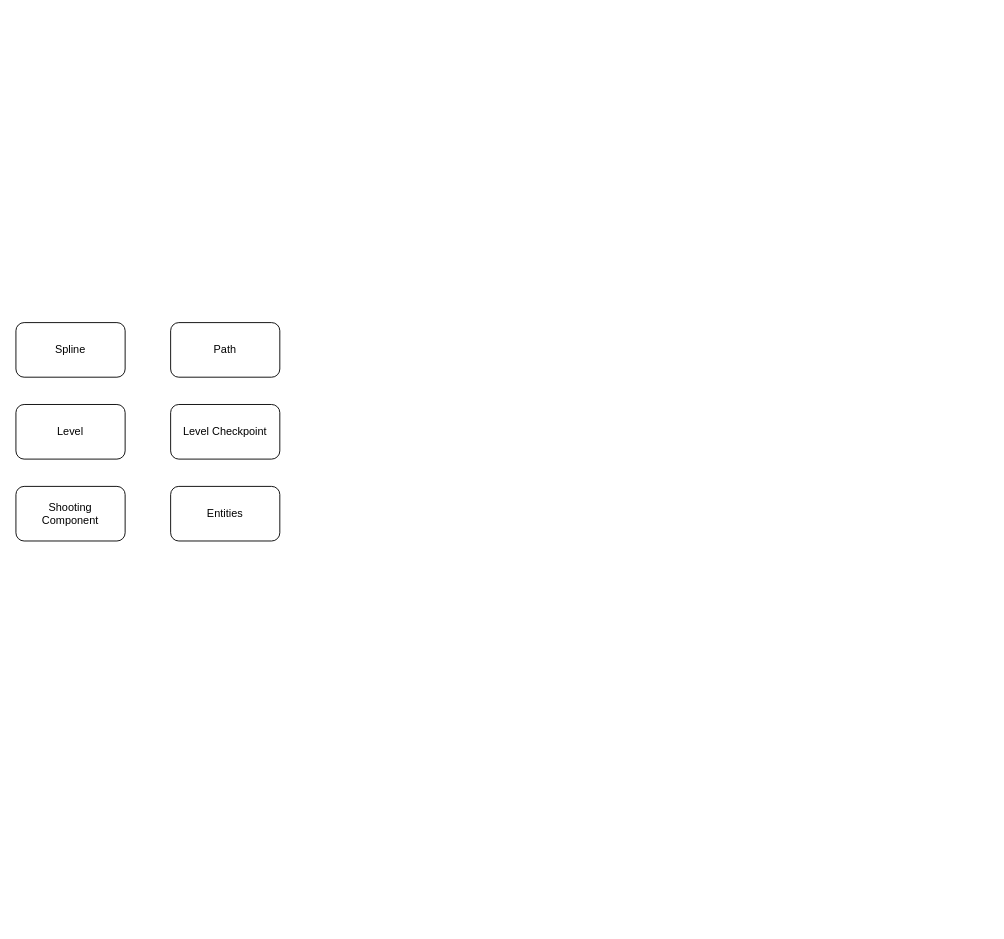
Earlier version of the draw.io diagram Docs/time-crisis-uml.drawio (epoHless/time-crisis-remake). Source tidied: cells renumbered, new cells numbered last; positions are measured from the earlier drawing's top-left corner, leaving out a move shared by most shapes. Both pictures are drawn from the tidied source at 91%, with x=0, y=0 at pixel (15, 322).
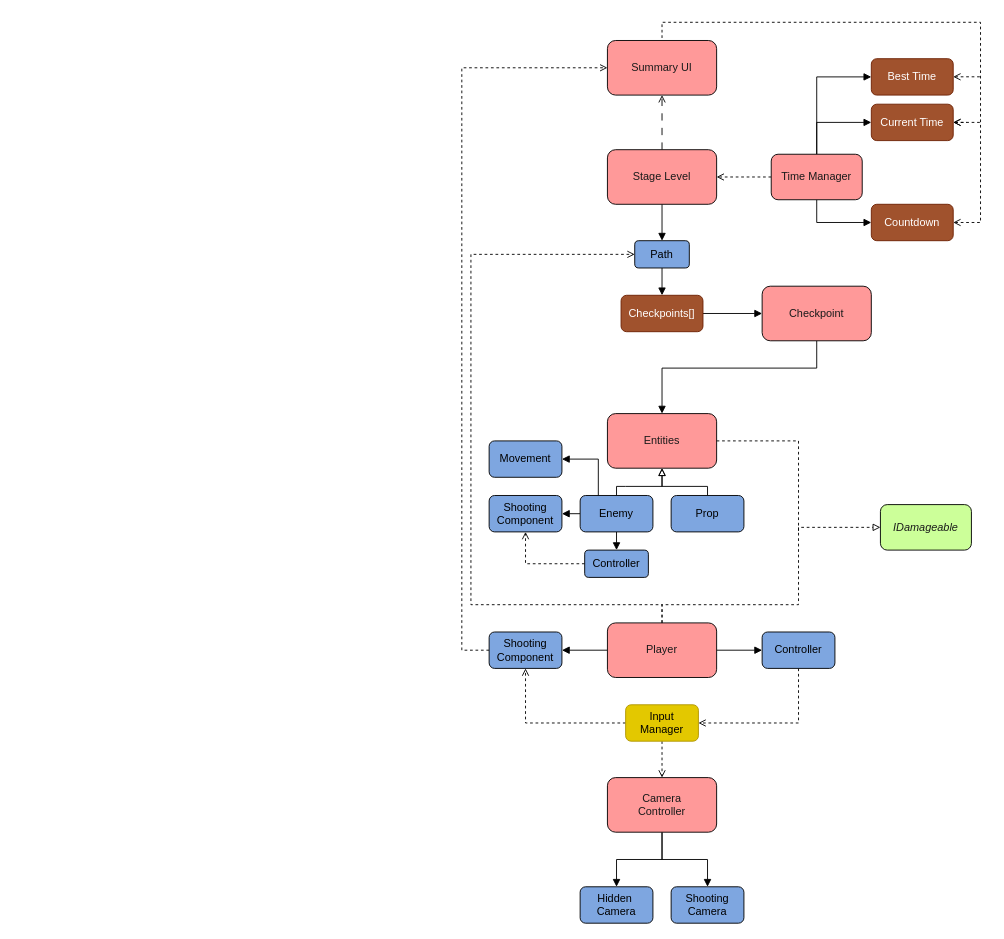
Above is the later version.

The edit, as a diff of the source:
```diff
@@
-    <mxCell id="2" value="Spline" style="rounded=1;whiteSpace=wrap;html=1;" parent="1" vertex="1">
-      <mxGeometry width="120" height="60" as="geometry" />
-    </mxCell>
+    <mxCell id="8" style="edgeStyle=orthogonalEdgeStyle;rounded=0;jettySize=auto;html=1;exitX=0.5;exitY=1;exitDx=0;exitDy=0;entryX=0.5;entryY=0;entryDx=0;entryDy=0;endArrow=block;endFill=1;" parent="1" edge="1" source="3" target="5">
+      <mxGeometry relative="1" as="geometry" />
+    </mxCell>
-    <mxCell id="3" value="Path" style="rounded=1;whiteSpace=wrap;html=1;" parent="1" vertex="1">
-      <mxGeometry x="170" width="120" height="60" as="geometry" />
+    <mxCell id="3" value="Path" style="rounded=1;whiteSpace=wrap;html=1;fillColor=#7EA6E0;" parent="1" vertex="1">
+      <mxGeometry x="680" y="-90" width="60" height="30" as="geometry" />
     </mxCell>
+    <mxCell id="9" style="edgeStyle=orthogonalEdgeStyle;rounded=0;jettySize=auto;html=1;exitX=0.5;exitY=1;exitDx=0;exitDy=0;entryX=0.5;entryY=0;entryDx=0;entryDy=0;endArrow=block;endFill=1;" parent="1" edge="1" source="4" target="3">
+      <mxGeometry relative="1" as="geometry" />
+    </mxCell>
+    <mxCell id="10" style="edgeStyle=orthogonalEdgeStyle;rounded=0;jettySize=auto;html=1;exitX=0.5;exitY=0;exitDx=0;exitDy=0;entryX=0.5;entryY=1;entryDx=0;entryDy=0;dashed=1;dashPattern=8 8;endArrow=open;endFill=0;" parent="1" edge="1" source="4" target="20">
+      <mxGeometry relative="1" as="geometry" />
+    </mxCell>
-    <mxCell id="4" value="Level" style="rounded=1;whiteSpace=wrap;html=1;" parent="1" vertex="1">
-      <mxGeometry y="90" width="120" height="60" as="geometry" />
+    <mxCell id="4" value="Stage Level" style="rounded=1;whiteSpace=wrap;html=1;fillColor=#FF9999;fontColor=#1A1A1A;" parent="1" vertex="1">
+      <mxGeometry x="650" y="-190" width="120" height="60" as="geometry" />
     </mxCell>
+    <mxCell id="11" style="edgeStyle=orthogonalEdgeStyle;rounded=0;jettySize=auto;html=1;exitX=1;exitY=0.5;exitDx=0;exitDy=0;endArrow=block;endFill=1;" parent="1" edge="1" source="5" target="45">
+      <mxGeometry relative="1" as="geometry" />
+    </mxCell>
-    <mxCell id="5" value="Level Checkpoint" style="rounded=1;whiteSpace=wrap;html=1;" parent="1" vertex="1">
-      <mxGeometry x="170" y="90" width="120" height="60" as="geometry" />
+    <mxCell id="5" value="Checkpoints[]" style="rounded=1;whiteSpace=wrap;html=1;fillColor=#a0522d;fontColor=#ffffff;strokeColor=#6D1F00;" parent="1" vertex="1">
+      <mxGeometry x="665" y="-30" width="90" height="40" as="geometry" />
     </mxCell>
-    <mxCell id="6" value="Shooting&lt;br&gt;Component" style="rounded=1;whiteSpace=wrap;html=1;" parent="1" vertex="1">
-      <mxGeometry y="180" width="120" height="60" as="geometry" />
-    </mxCell>
-    <mxCell id="7" value="Entities" style="rounded=1;whiteSpace=wrap;html=1;" parent="1" vertex="1">
-      <mxGeometry x="170" y="180" width="120" height="60" as="geometry" />
+    <mxCell id="7" value="Entities" style="rounded=1;whiteSpace=wrap;html=1;fillColor=#FF9999;fontColor=#1A1A1A;" parent="1" vertex="1">
+      <mxGeometry x="650" y="100" width="120" height="60" as="geometry" />
     </mxCell>
+    <mxCell id="12" style="edgeStyle=orthogonalEdgeStyle;rounded=0;jettySize=auto;html=1;exitX=0.5;exitY=1;exitDx=0;exitDy=0;entryX=0;entryY=0.5;entryDx=0;entryDy=0;endArrow=block;endFill=1;" parent="1" edge="1" source="16" target="19">
+      <mxGeometry relative="1" as="geometry" />
+    </mxCell>
+    <mxCell id="13" style="edgeStyle=orthogonalEdgeStyle;rounded=0;jettySize=auto;html=1;exitX=0.5;exitY=0;exitDx=0;exitDy=0;entryX=0;entryY=0.5;entryDx=0;entryDy=0;endArrow=block;endFill=1;" parent="1" edge="1" source="16" target="17">
+      <mxGeometry relative="1" as="geometry" />
+    </mxCell>
+    <mxCell id="14" style="edgeStyle=orthogonalEdgeStyle;rounded=0;jettySize=auto;html=1;exitX=0.5;exitY=0;exitDx=0;exitDy=0;entryX=0;entryY=0.5;entryDx=0;entryDy=0;endArrow=block;endFill=1;" parent="1" edge="1" source="16" target="49">
+      <mxGeometry relative="1" as="geometry" />
+    </mxCell>
+    <mxCell id="15" style="edgeStyle=orthogonalEdgeStyle;rounded=0;jettySize=auto;html=1;exitX=0;exitY=0.5;exitDx=0;exitDy=0;entryX=1;entryY=0.5;entryDx=0;entryDy=0;endArrow=open;endFill=0;dashed=1;" parent="1" edge="1" source="16" target="4">
+      <mxGeometry relative="1" as="geometry" />
+    </mxCell>
+    <mxCell id="16" value="Time Manager" style="rounded=1;whiteSpace=wrap;html=1;fillColor=#FF9999;fontColor=#1A1A1A;" parent="1" vertex="1">
+      <mxGeometry x="830" y="-185" width="100" height="50" as="geometry" />
+    </mxCell>
+    <mxCell id="17" value="Current Time" style="rounded=1;whiteSpace=wrap;html=1;fillColor=#a0522d;fontColor=#ffffff;strokeColor=#6D1F00;" parent="1" vertex="1">
+      <mxGeometry x="940" y="-240" width="90" height="40" as="geometry" />
+    </mxCell>
+    <mxCell id="18" style="edgeStyle=orthogonalEdgeStyle;rounded=0;jettySize=auto;html=1;exitX=1;exitY=0.5;exitDx=0;exitDy=0;entryX=0.5;entryY=0;entryDx=0;entryDy=0;dashed=1;endArrow=none;endFill=0;startArrow=open;startFill=0;" parent="1" edge="1" source="19" target="20">
+      <mxGeometry relative="1" as="geometry">
+        <Array as="points">
+          <mxPoint x="1060" y="-110" />
+          <mxPoint x="1060" y="-330" />
+          <mxPoint x="710" y="-330" />
+        </Array>
+      </mxGeometry>
+    </mxCell>
+    <mxCell id="19" value="Countdown" style="rounded=1;whiteSpace=wrap;html=1;fillColor=#a0522d;fontColor=#ffffff;strokeColor=#6D1F00;" parent="1" vertex="1">
+      <mxGeometry x="940" y="-130" width="90" height="40" as="geometry" />
+    </mxCell>
+    <mxCell id="20" value="Summary UI" style="rounded=1;whiteSpace=wrap;html=1;fillColor=#FF9999;fontColor=#1A1A1A;" parent="1" vertex="1">
+      <mxGeometry x="650" y="-310" width="120" height="60" as="geometry" />
+    </mxCell>
+    <mxCell id="21" style="edgeStyle=orthogonalEdgeStyle;rounded=0;jettySize=auto;html=1;exitX=0.5;exitY=0;exitDx=0;exitDy=0;entryX=0.5;entryY=1;entryDx=0;entryDy=0;endArrow=block;endFill=0;" parent="1" edge="1" source="25" target="7">
+      <mxGeometry relative="1" as="geometry">
+        <Array as="points">
+          <mxPoint x="670" y="180" />
+          <mxPoint x="720" y="180" />
+        </Array>
+      </mxGeometry>
+    </mxCell>
+    <mxCell id="22" style="edgeStyle=orthogonalEdgeStyle;rounded=0;jettySize=auto;html=1;exitX=0;exitY=0.5;exitDx=0;exitDy=0;entryX=1;entryY=0.5;entryDx=0;entryDy=0;endArrow=block;endFill=1;" parent="1" edge="1" source="25" target="29">
+      <mxGeometry relative="1" as="geometry" />
+    </mxCell>
+    <mxCell id="23" style="edgeStyle=orthogonalEdgeStyle;rounded=0;jettySize=auto;html=1;exitX=0.5;exitY=1;exitDx=0;exitDy=0;entryX=0.5;entryY=0;entryDx=0;entryDy=0;endArrow=block;endFill=1;" parent="1" edge="1" source="25" target="43">
+      <mxGeometry relative="1" as="geometry" />
+    </mxCell>
+    <mxCell id="24" style="edgeStyle=orthogonalEdgeStyle;rounded=0;jettySize=auto;html=1;exitX=0.25;exitY=0;exitDx=0;exitDy=0;entryX=1;entryY=0.5;entryDx=0;entryDy=0;endArrow=block;endFill=1;" parent="1" edge="1" source="25" target="56">
+      <mxGeometry relative="1" as="geometry" />
+    </mxCell>
+    <mxCell id="25" value="Enemy" style="rounded=1;whiteSpace=wrap;html=1;fillColor=#7EA6E0;" parent="1" vertex="1">
+      <mxGeometry x="620" y="190" width="80" height="40" as="geometry" />
+    </mxCell>
+    <mxCell id="26" style="edgeStyle=orthogonalEdgeStyle;rounded=0;jettySize=auto;html=1;exitX=0.5;exitY=0;exitDx=0;exitDy=0;entryX=0.5;entryY=1;entryDx=0;entryDy=0;endArrow=block;endFill=0;" parent="1" edge="1" source="27" target="7">
+      <mxGeometry relative="1" as="geometry">
+        <Array as="points">
+          <mxPoint x="760" y="180" />
+          <mxPoint x="710" y="180" />
+        </Array>
+      </mxGeometry>
+    </mxCell>
+    <mxCell id="27" value="Prop" style="rounded=1;whiteSpace=wrap;html=1;fillColor=#7EA6E0;" parent="1" vertex="1">
+      <mxGeometry x="720" y="190" width="80" height="40" as="geometry" />
+    </mxCell>
+    <mxCell id="28" value="&lt;i&gt;IDamageable&lt;/i&gt;" style="rounded=1;whiteSpace=wrap;html=1;fillColor=#CCFF99;fontColor=#1A1A1A;" parent="1" vertex="1">
+      <mxGeometry x="950" y="200" width="100" height="50" as="geometry" />
+    </mxCell>
+    <mxCell id="29" value="Shooting&lt;br&gt;Component" style="rounded=1;whiteSpace=wrap;html=1;fillColor=#7EA6E0;" parent="1" vertex="1">
+      <mxGeometry x="520" y="190" width="80" height="40" as="geometry" />
+    </mxCell>
+    <mxCell id="30" style="edgeStyle=orthogonalEdgeStyle;rounded=0;jettySize=auto;html=1;exitX=0;exitY=0.5;exitDx=0;exitDy=0;entryX=1;entryY=0.5;entryDx=0;entryDy=0;endArrow=block;endFill=1;" parent="1" edge="1" source="34" target="36">
+      <mxGeometry relative="1" as="geometry" />
+    </mxCell>
+    <mxCell id="31" style="edgeStyle=orthogonalEdgeStyle;rounded=0;jettySize=auto;html=1;exitX=1;exitY=0.5;exitDx=0;exitDy=0;entryX=0;entryY=0.5;entryDx=0;entryDy=0;endArrow=block;endFill=1;" parent="1" edge="1" source="34" target="41">
+      <mxGeometry relative="1" as="geometry" />
+    </mxCell>
+    <mxCell id="32" style="edgeStyle=orthogonalEdgeStyle;rounded=0;jettySize=auto;html=1;exitX=0.5;exitY=0;exitDx=0;exitDy=0;entryX=0;entryY=0.5;entryDx=0;entryDy=0;dashed=1;endArrow=open;endFill=0;" parent="1" edge="1" source="34" target="3">
+      <mxGeometry relative="1" as="geometry">
+        <Array as="points">
+          <mxPoint x="710" y="310" />
+          <mxPoint x="500" y="310" />
+          <mxPoint x="500" y="-75" />
+        </Array>
+      </mxGeometry>
+    </mxCell>
+    <mxCell id="33" style="edgeStyle=orthogonalEdgeStyle;rounded=0;jettySize=auto;html=1;exitX=0.5;exitY=0;exitDx=0;exitDy=0;entryX=0;entryY=0.5;entryDx=0;entryDy=0;dashed=1;endArrow=block;endFill=0;" parent="1" edge="1" source="34" target="28">
+      <mxGeometry relative="1" as="geometry">
+        <Array as="points">
+          <mxPoint x="710" y="310" />
+          <mxPoint x="860" y="310" />
+          <mxPoint x="860" y="225" />
+        </Array>
+      </mxGeometry>
+    </mxCell>
+    <mxCell id="34" value="Player" style="rounded=1;whiteSpace=wrap;html=1;fillColor=#FF9999;fontColor=#1A1A1A;" parent="1" vertex="1">
+      <mxGeometry x="650" y="330" width="120" height="60" as="geometry" />
+    </mxCell>
+    <mxCell id="35" style="edgeStyle=orthogonalEdgeStyle;rounded=0;jettySize=auto;html=1;exitX=0;exitY=0.5;exitDx=0;exitDy=0;entryX=0;entryY=0.5;entryDx=0;entryDy=0;dashed=1;endArrow=open;endFill=0;" parent="1" edge="1" source="36" target="20">
+      <mxGeometry relative="1" as="geometry">
+        <Array as="points">
+          <mxPoint x="490" y="360" />
+          <mxPoint x="490" y="-280" />
+        </Array>
+      </mxGeometry>
+    </mxCell>
+    <mxCell id="36" value="Shooting&lt;br&gt;Component" style="rounded=1;whiteSpace=wrap;html=1;fillColor=#7EA6E0;" parent="1" vertex="1">
+      <mxGeometry x="520" y="340" width="80" height="40" as="geometry" />
+    </mxCell>
+    <mxCell id="37" style="edgeStyle=orthogonalEdgeStyle;rounded=0;jettySize=auto;html=1;exitX=0;exitY=0.5;exitDx=0;exitDy=0;entryX=0.5;entryY=1;entryDx=0;entryDy=0;dashed=1;endArrow=open;endFill=0;" parent="1" edge="1" source="39" target="36">
+      <mxGeometry relative="1" as="geometry" />
+    </mxCell>
+    <mxCell id="38" style="edgeStyle=orthogonalEdgeStyle;rounded=0;jettySize=auto;html=1;exitX=0.5;exitY=1;exitDx=0;exitDy=0;entryX=0.5;entryY=0;entryDx=0;entryDy=0;endArrow=open;endFill=0;dashed=1;" parent="1" edge="1" source="39" target="48">
+      <mxGeometry relative="1" as="geometry" />
+    </mxCell>
+    <mxCell id="39" value="Input &lt;br&gt;Manager" style="whiteSpace=wrap;html=1;rounded=1;fillColor=#e3c800;fontColor=#000000;strokeColor=#B09500;" parent="1" vertex="1">
+      <mxGeometry x="670" y="420" width="80" height="40" as="geometry" />
+    </mxCell>
+    <mxCell id="40" style="edgeStyle=orthogonalEdgeStyle;rounded=0;jettySize=auto;html=1;exitX=0.5;exitY=1;exitDx=0;exitDy=0;entryX=1;entryY=0.5;entryDx=0;entryDy=0;dashed=1;endArrow=open;endFill=0;" parent="1" edge="1" source="41" target="39">
+      <mxGeometry relative="1" as="geometry" />
+    </mxCell>
+    <mxCell id="41" value="Controller" style="rounded=1;whiteSpace=wrap;html=1;fillColor=#7EA6E0;" parent="1" vertex="1">
+      <mxGeometry x="820" y="340" width="80" height="40" as="geometry" />
+    </mxCell>
+    <mxCell id="42" style="edgeStyle=orthogonalEdgeStyle;rounded=0;jettySize=auto;html=1;exitX=0;exitY=0.5;exitDx=0;exitDy=0;entryX=0.5;entryY=1;entryDx=0;entryDy=0;dashed=1;endArrow=open;endFill=0;" parent="1" edge="1" source="43" target="29">
+      <mxGeometry relative="1" as="geometry" />
+    </mxCell>
+    <mxCell id="43" value="Controller" style="rounded=1;whiteSpace=wrap;html=1;fillColor=#7EA6E0;" parent="1" vertex="1">
+      <mxGeometry x="625" y="250" width="70" height="30" as="geometry" />
+    </mxCell>
+    <mxCell id="44" style="edgeStyle=orthogonalEdgeStyle;rounded=0;jettySize=auto;html=1;exitX=0.5;exitY=1;exitDx=0;exitDy=0;entryX=0.5;entryY=0;entryDx=0;entryDy=0;endArrow=block;endFill=1;" parent="1" edge="1" source="45" target="7">
+      <mxGeometry relative="1" as="geometry">
+        <Array as="points">
+          <mxPoint x="880" y="50" />
+          <mxPoint x="710" y="50" />
+        </Array>
+      </mxGeometry>
+    </mxCell>
+    <mxCell id="45" value="Checkpoint" style="rounded=1;whiteSpace=wrap;html=1;fillColor=#FF9999;fontColor=#1A1A1A;" parent="1" vertex="1">
+      <mxGeometry x="820" y="-40" width="120" height="60" as="geometry" />
+    </mxCell>
+    <mxCell id="46" style="edgeStyle=orthogonalEdgeStyle;rounded=0;jettySize=auto;html=1;endArrow=block;endFill=1;" parent="1" edge="1" source="48" target="50">
+      <mxGeometry relative="1" as="geometry" />
+    </mxCell>
+    <mxCell id="47" style="edgeStyle=orthogonalEdgeStyle;rounded=0;jettySize=auto;html=1;exitX=0.5;exitY=1;exitDx=0;exitDy=0;entryX=0.5;entryY=0;entryDx=0;entryDy=0;endArrow=block;endFill=1;" parent="1" edge="1" source="48" target="51">
+      <mxGeometry relative="1" as="geometry" />
+    </mxCell>
+    <mxCell id="48" value="Camera &lt;br&gt;Controller" style="rounded=1;whiteSpace=wrap;html=1;fillColor=#FF9999;fontColor=#1A1A1A;" parent="1" vertex="1">
+      <mxGeometry x="650" y="500" width="120" height="60" as="geometry" />
+    </mxCell>
+    <mxCell id="49" value="Best Time" style="rounded=1;whiteSpace=wrap;html=1;fillColor=#a0522d;fontColor=#ffffff;strokeColor=#6D1F00;" parent="1" vertex="1">
+      <mxGeometry x="940" y="-290" width="90" height="40" as="geometry" />
+    </mxCell>
+    <mxCell id="50" value="Hidden&amp;nbsp;&lt;br&gt;Camera" style="rounded=1;whiteSpace=wrap;html=1;fillColor=#7EA6E0;" parent="1" vertex="1">
+      <mxGeometry x="620" y="620" width="80" height="40" as="geometry" />
+    </mxCell>
+    <mxCell id="51" value="Shooting&lt;br&gt;Camera" style="rounded=1;whiteSpace=wrap;html=1;fillColor=#7EA6E0;" parent="1" vertex="1">
+      <mxGeometry x="720" y="620" width="80" height="40" as="geometry" />
+    </mxCell>
+    <mxCell id="52" style="edgeStyle=orthogonalEdgeStyle;rounded=0;jettySize=auto;html=1;exitX=1;exitY=0.5;exitDx=0;exitDy=0;dashed=1;endArrow=none;endFill=0;startArrow=open;startFill=0;" parent="1" edge="1" source="17">
+      <mxGeometry relative="1" as="geometry">
+        <mxPoint x="1060" y="-220" as="targetPoint" />
+      </mxGeometry>
+    </mxCell>
+    <mxCell id="53" style="edgeStyle=orthogonalEdgeStyle;rounded=0;jettySize=auto;html=1;exitX=1;exitY=0.5;exitDx=0;exitDy=0;dashed=1;endArrow=none;endFill=0;startArrow=open;startFill=0;" parent="1" edge="1" source="17">
+      <mxGeometry relative="1" as="geometry">
+        <mxPoint x="1045" y="-220" as="targetPoint" />
+      </mxGeometry>
+    </mxCell>
+    <mxCell id="54" style="edgeStyle=orthogonalEdgeStyle;rounded=0;orthogonalLoop=1;jettySize=auto;html=1;exitX=1;exitY=0.5;exitDx=0;exitDy=0;dashed=1;endArrow=none;endFill=0;startArrow=open;startFill=0;" parent="1" edge="1">
+      <mxGeometry relative="1" as="geometry">
+        <mxPoint x="1030" y="-270.1" as="sourcePoint" />
+        <mxPoint x="1060" y="-270" as="targetPoint" />
+      </mxGeometry>
+    </mxCell>
+    <mxCell id="55" style="edgeStyle=orthogonalEdgeStyle;rounded=0;jettySize=auto;html=1;exitX=1;exitY=0.5;exitDx=0;exitDy=0;dashed=1;endArrow=none;endFill=0;" parent="1" edge="1" source="7">
+      <mxGeometry relative="1" as="geometry">
+        <mxPoint x="860" y="230" as="targetPoint" />
+        <Array as="points">
+          <mxPoint x="860" y="130" />
+        </Array>
+      </mxGeometry>
+    </mxCell>
+    <mxCell id="56" value="Movement" style="rounded=1;whiteSpace=wrap;html=1;fillColor=#7EA6E0;" parent="1" vertex="1">
+      <mxGeometry x="520" y="130" width="80" height="40" as="geometry" />
+    </mxCell>
```
